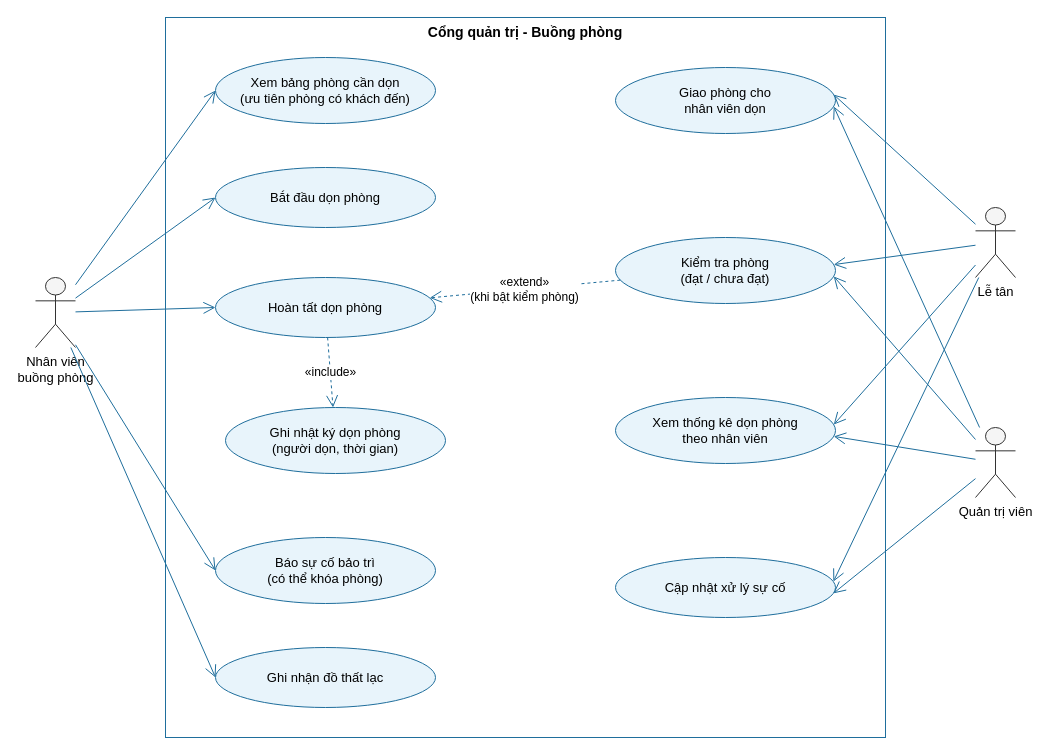
Above: docs/use-case/uc6-don-kiem-phong.drawio in ngynquchn2511/beach-hotel (draw.io), before the change. Source tidied: cells renumbered, new cells numbered last; positions are measured from the earlier drawing's top-left corner, leaving out a move shared by most shapes. Both pictures are drawn from the tidied source at 100%, with x=0, y=0 at pixel (35, 17).
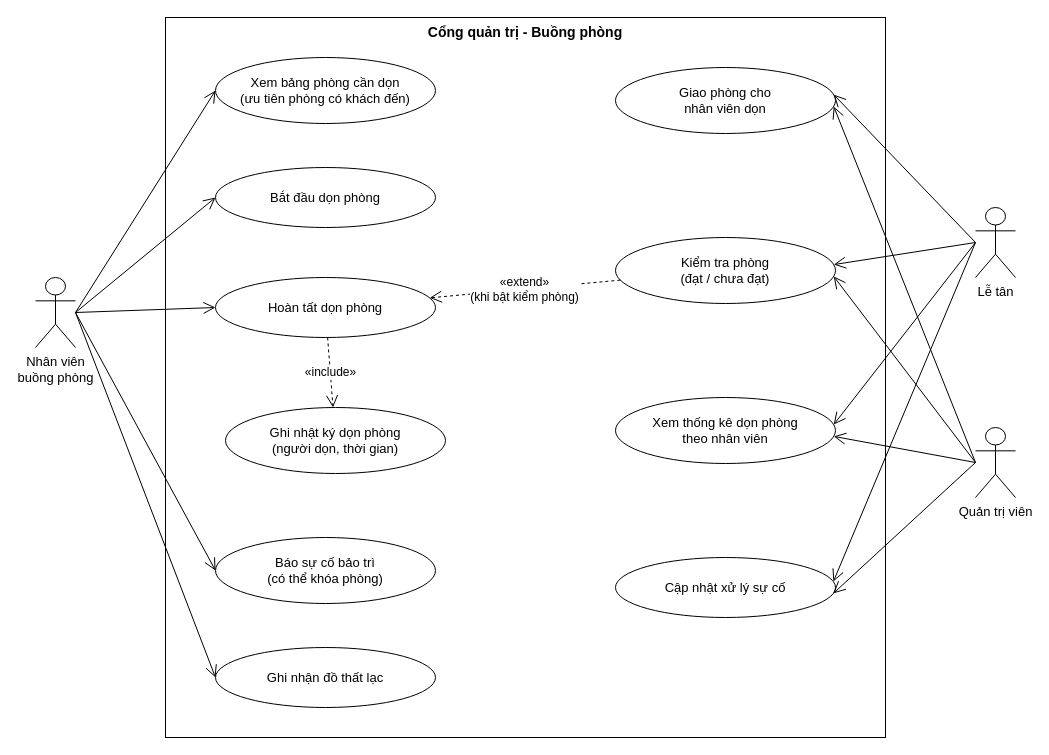
The same diagram, later.

The edit, as a diff of the source:
```diff
@@
-    <mxCell id="2" value="Cổng quản trị - Buồng phòng" style="rounded=0;whiteSpace=wrap;html=1;verticalAlign=top;fontStyle=1;fontSize=14;fillColor=none;strokeColor=#1F6E9C;" parent="1" vertex="1">
+    <mxCell id="2" value="Cổng quản trị - Buồng phòng" style="rounded=0;whiteSpace=wrap;html=1;verticalAlign=top;fontStyle=1;fontSize=14;fillColor=none;strokeColor=#000000;" parent="1" vertex="1">
       <mxGeometry x="130" width="720" height="720" as="geometry" />
     </mxCell>
-    <mxCell id="3" value="Nhân viên&lt;br&gt;buồng phòng" style="shape=umlActor;verticalLabelPosition=bottom;verticalAlign=top;html=1;outlineConnect=0;fillColor=#F5F5F5;strokeColor=#333333;fontSize=13;" parent="1" vertex="1">
+    <mxCell id="3" value="Nhân viên&lt;br&gt;buồng phòng" style="shape=umlActor;verticalLabelPosition=bottom;verticalAlign=top;html=1;outlineConnect=0;fillColor=#FFFFFF;strokeColor=#000000;fontSize=13;" parent="1" vertex="1">
       <mxGeometry y="260" width="40" height="70" as="geometry" />
     </mxCell>
-    <mxCell id="4" value="Lễ tân" style="shape=umlActor;verticalLabelPosition=bottom;verticalAlign=top;html=1;outlineConnect=0;fillColor=#F5F5F5;strokeColor=#333333;fontSize=13;" parent="1" vertex="1">
+    <mxCell id="4" value="Lễ tân" style="shape=umlActor;verticalLabelPosition=bottom;verticalAlign=top;html=1;outlineConnect=0;fillColor=#FFFFFF;strokeColor=#000000;fontSize=13;" parent="1" vertex="1">
       <mxGeometry x="940" y="190" width="40" height="70" as="geometry" />
     </mxCell>
-    <mxCell id="5" value="Quản trị viên" style="shape=umlActor;verticalLabelPosition=bottom;verticalAlign=top;html=1;outlineConnect=0;fillColor=#F5F5F5;strokeColor=#333333;fontSize=13;" parent="1" vertex="1">
+    <mxCell id="5" value="Quản trị viên" style="shape=umlActor;verticalLabelPosition=bottom;verticalAlign=top;html=1;outlineConnect=0;fillColor=#FFFFFF;strokeColor=#000000;fontSize=13;" parent="1" vertex="1">
       <mxGeometry x="940" y="410" width="40" height="70" as="geometry" />
     </mxCell>
-    <mxCell id="6" value="Xem bảng phòng cần dọn&lt;br&gt;(ưu tiên phòng có khách đến)" style="ellipse;whiteSpace=wrap;html=1;fillColor=#E8F4FB;strokeColor=#1F6E9C;fontSize=13;" parent="1" vertex="1">
+    <mxCell id="6" value="Xem bảng phòng cần dọn&lt;br&gt;(ưu tiên phòng có khách đến)" style="ellipse;whiteSpace=wrap;html=1;fillColor=#FFFFFF;strokeColor=#000000;fontSize=13;" parent="1" vertex="1">
       <mxGeometry x="180" y="40" width="220" height="66" as="geometry" />
     </mxCell>
-    <mxCell id="7" value="Bắt đầu dọn phòng" style="ellipse;whiteSpace=wrap;html=1;fillColor=#E8F4FB;strokeColor=#1F6E9C;fontSize=13;" parent="1" vertex="1">
+    <mxCell id="7" value="Bắt đầu dọn phòng" style="ellipse;whiteSpace=wrap;html=1;fillColor=#FFFFFF;strokeColor=#000000;fontSize=13;" parent="1" vertex="1">
       <mxGeometry x="180" y="150" width="220" height="60" as="geometry" />
     </mxCell>
-    <mxCell id="8" value="Hoàn tất dọn phòng" style="ellipse;whiteSpace=wrap;html=1;fillColor=#E8F4FB;strokeColor=#1F6E9C;fontSize=13;" parent="1" vertex="1">
+    <mxCell id="8" value="Hoàn tất dọn phòng" style="ellipse;whiteSpace=wrap;html=1;fillColor=#FFFFFF;strokeColor=#000000;fontSize=13;" parent="1" vertex="1">
       <mxGeometry x="180" y="260" width="220" height="60" as="geometry" />
     </mxCell>
-    <mxCell id="9" value="Ghi nhật ký dọn phòng&lt;br&gt;(người dọn, thời gian)" style="ellipse;whiteSpace=wrap;html=1;fillColor=#E8F4FB;strokeColor=#1F6E9C;fontSize=13;" parent="1" vertex="1">
+    <mxCell id="9" value="Ghi nhật ký dọn phòng&lt;br&gt;(người dọn, thời gian)" style="ellipse;whiteSpace=wrap;html=1;fillColor=#FFFFFF;strokeColor=#000000;fontSize=13;" parent="1" vertex="1">
       <mxGeometry x="190" y="390" width="220" height="66" as="geometry" />
     </mxCell>
-    <mxCell id="10" value="Báo sự cố bảo trì&lt;br&gt;(có thể khóa phòng)" style="ellipse;whiteSpace=wrap;html=1;fillColor=#E8F4FB;strokeColor=#1F6E9C;fontSize=13;" parent="1" vertex="1">
+    <mxCell id="10" value="Báo sự cố bảo trì&lt;br&gt;(có thể khóa phòng)" style="ellipse;whiteSpace=wrap;html=1;fillColor=#FFFFFF;strokeColor=#000000;fontSize=13;" parent="1" vertex="1">
       <mxGeometry x="180" y="520" width="220" height="66" as="geometry" />
     </mxCell>
-    <mxCell id="11" value="Ghi nhận đồ thất lạc" style="ellipse;whiteSpace=wrap;html=1;fillColor=#E8F4FB;strokeColor=#1F6E9C;fontSize=13;" parent="1" vertex="1">
+    <mxCell id="11" value="Ghi nhận đồ thất lạc" style="ellipse;whiteSpace=wrap;html=1;fillColor=#FFFFFF;strokeColor=#000000;fontSize=13;" parent="1" vertex="1">
       <mxGeometry x="180" y="630" width="220" height="60" as="geometry" />
     </mxCell>
-    <mxCell id="12" value="Giao phòng cho&lt;br&gt;nhân viên dọn" style="ellipse;whiteSpace=wrap;html=1;fillColor=#E8F4FB;strokeColor=#1F6E9C;fontSize=13;" parent="1" vertex="1">
+    <mxCell id="12" value="Giao phòng cho&lt;br&gt;nhân viên dọn" style="ellipse;whiteSpace=wrap;html=1;fillColor=#FFFFFF;strokeColor=#000000;fontSize=13;" parent="1" vertex="1">
       <mxGeometry x="580" y="50" width="220" height="66" as="geometry" />
     </mxCell>
-    <mxCell id="13" value="Kiểm tra phòng&lt;br&gt;(đạt / chưa đạt)" style="ellipse;whiteSpace=wrap;html=1;fillColor=#E8F4FB;strokeColor=#1F6E9C;fontSize=13;" parent="1" vertex="1">
+    <mxCell id="13" value="Kiểm tra phòng&lt;br&gt;(đạt / chưa đạt)" style="ellipse;whiteSpace=wrap;html=1;fillColor=#FFFFFF;strokeColor=#000000;fontSize=13;" parent="1" vertex="1">
       <mxGeometry x="580" y="220" width="220" height="66" as="geometry" />
     </mxCell>
-    <mxCell id="14" value="Xem thống kê dọn phòng&lt;br&gt;theo nhân viên" style="ellipse;whiteSpace=wrap;html=1;fillColor=#E8F4FB;strokeColor=#1F6E9C;fontSize=13;" parent="1" vertex="1">
+    <mxCell id="14" value="Xem thống kê dọn phòng&lt;br&gt;theo nhân viên" style="ellipse;whiteSpace=wrap;html=1;fillColor=#FFFFFF;strokeColor=#000000;fontSize=13;" parent="1" vertex="1">
       <mxGeometry x="580" y="380" width="220" height="66" as="geometry" />
     </mxCell>
-    <mxCell id="15" value="Cập nhật xử lý sự cố" style="ellipse;whiteSpace=wrap;html=1;fillColor=#E8F4FB;strokeColor=#1F6E9C;fontSize=13;" parent="1" vertex="1">
+    <mxCell id="15" value="Cập nhật xử lý sự cố" style="ellipse;whiteSpace=wrap;html=1;fillColor=#FFFFFF;strokeColor=#000000;fontSize=13;" parent="1" vertex="1">
       <mxGeometry x="580" y="540" width="220" height="60" as="geometry" />
     </mxCell>
-    <mxCell id="16" style="endArrow=open;endSize=10;html=1;strokeColor=#1F6E9C;entryX=0;entryY=0.5;entryDx=0;entryDy=0;" parent="1" edge="1" source="3" target="6">
+    <mxCell id="16" style="endArrow=open;endSize=10;html=1;strokeColor=#000000;entryX=0;entryY=0.5;entryDx=0;entryDy=0;exitX=1;exitY=0.5;exitPerimeter=0;" parent="1" edge="1" source="3" target="6">
       <mxGeometry relative="1" as="geometry" />
     </mxCell>
-    <mxCell id="17" style="endArrow=open;endSize=10;html=1;strokeColor=#1F6E9C;entryX=0;entryY=0.5;entryDx=0;entryDy=0;" parent="1" edge="1" source="3" target="7">
+    <mxCell id="17" style="endArrow=open;endSize=10;html=1;strokeColor=#000000;entryX=0;entryY=0.5;entryDx=0;entryDy=0;exitX=1;exitY=0.5;exitPerimeter=0;" parent="1" edge="1" source="3" target="7">
       <mxGeometry relative="1" as="geometry" />
     </mxCell>
-    <mxCell id="18" style="endArrow=open;endSize=10;html=1;strokeColor=#1F6E9C;entryX=0;entryY=0.5;entryDx=0;entryDy=0;" parent="1" edge="1" source="3" target="8">
+    <mxCell id="18" style="endArrow=open;endSize=10;html=1;strokeColor=#000000;entryX=0;entryY=0.5;entryDx=0;entryDy=0;exitX=1;exitY=0.5;exitPerimeter=0;" parent="1" edge="1" source="3" target="8">
       <mxGeometry relative="1" as="geometry" />
     </mxCell>
-    <mxCell id="19" style="endArrow=open;endSize=10;html=1;strokeColor=#1F6E9C;entryX=0;entryY=0.5;entryDx=0;entryDy=0;" parent="1" edge="1" source="3" target="10">
+    <mxCell id="19" style="endArrow=open;endSize=10;html=1;strokeColor=#000000;entryX=0;entryY=0.5;entryDx=0;entryDy=0;exitX=1;exitY=0.5;exitPerimeter=0;" parent="1" edge="1" source="3" target="10">
       <mxGeometry relative="1" as="geometry" />
     </mxCell>
-    <mxCell id="20" style="endArrow=open;endSize=10;html=1;strokeColor=#1F6E9C;entryX=0;entryY=0.5;entryDx=0;entryDy=0;" parent="1" edge="1" source="3" target="11">
+    <mxCell id="20" style="endArrow=open;endSize=10;html=1;strokeColor=#000000;entryX=0;entryY=0.5;entryDx=0;entryDy=0;exitX=1;exitY=0.5;exitPerimeter=0;" parent="1" edge="1" source="3" target="11">
       <mxGeometry relative="1" as="geometry" />
     </mxCell>
-    <mxCell id="21" style="endArrow=open;endSize=10;html=1;strokeColor=#1F6E9C;entryX=1;entryY=0.4;entryDx=0;entryDy=0;" parent="1" edge="1" source="4" target="12">
+    <mxCell id="21" style="endArrow=open;endSize=10;html=1;strokeColor=#000000;entryX=1;entryY=0.4;entryDx=0;entryDy=0;exitX=0;exitY=0.5;exitPerimeter=0;" parent="1" edge="1" source="4" target="12">
       <mxGeometry relative="1" as="geometry" />
     </mxCell>
-    <mxCell id="22" style="endArrow=open;endSize=10;html=1;strokeColor=#1F6E9C;entryX=1;entryY=0.6;entryDx=0;entryDy=0;" parent="1" edge="1" source="5" target="12">
+    <mxCell id="22" style="endArrow=open;endSize=10;html=1;strokeColor=#000000;entryX=1;entryY=0.6;entryDx=0;entryDy=0;exitX=0;exitY=0.5;exitPerimeter=0;" parent="1" edge="1" source="5" target="12">
       <mxGeometry relative="1" as="geometry" />
     </mxCell>
-    <mxCell id="23" style="endArrow=open;endSize=10;html=1;strokeColor=#1F6E9C;entryX=1;entryY=0.4;entryDx=0;entryDy=0;" parent="1" edge="1" source="4" target="13">
+    <mxCell id="23" style="endArrow=open;endSize=10;html=1;strokeColor=#000000;entryX=1;entryY=0.4;entryDx=0;entryDy=0;exitX=0;exitY=0.5;exitPerimeter=0;" parent="1" edge="1" source="4" target="13">
       <mxGeometry relative="1" as="geometry" />
     </mxCell>
-    <mxCell id="24" style="endArrow=open;endSize=10;html=1;strokeColor=#1F6E9C;entryX=1;entryY=0.6;entryDx=0;entryDy=0;" parent="1" edge="1" source="5" target="13">
+    <mxCell id="24" style="endArrow=open;endSize=10;html=1;strokeColor=#000000;entryX=1;entryY=0.6;entryDx=0;entryDy=0;exitX=0;exitY=0.5;exitPerimeter=0;" parent="1" edge="1" source="5" target="13">
       <mxGeometry relative="1" as="geometry" />
     </mxCell>
-    <mxCell id="25" style="endArrow=open;endSize=10;html=1;strokeColor=#1F6E9C;entryX=1;entryY=0.4;entryDx=0;entryDy=0;" parent="1" edge="1" source="4" target="14">
+    <mxCell id="25" style="endArrow=open;endSize=10;html=1;strokeColor=#000000;entryX=1;entryY=0.4;entryDx=0;entryDy=0;exitX=0;exitY=0.5;exitPerimeter=0;" parent="1" edge="1" source="4" target="14">
       <mxGeometry relative="1" as="geometry" />
     </mxCell>
-    <mxCell id="26" style="endArrow=open;endSize=10;html=1;strokeColor=#1F6E9C;entryX=1;entryY=0.6;entryDx=0;entryDy=0;" parent="1" edge="1" source="5" target="14">
+    <mxCell id="26" style="endArrow=open;endSize=10;html=1;strokeColor=#000000;entryX=1;entryY=0.6;entryDx=0;entryDy=0;exitX=0;exitY=0.5;exitPerimeter=0;" parent="1" edge="1" source="5" target="14">
       <mxGeometry relative="1" as="geometry" />
     </mxCell>
-    <mxCell id="27" style="endArrow=open;endSize=10;html=1;strokeColor=#1F6E9C;entryX=1;entryY=0.4;entryDx=0;entryDy=0;" parent="1" edge="1" source="4" target="15">
+    <mxCell id="27" style="endArrow=open;endSize=10;html=1;strokeColor=#000000;entryX=1;entryY=0.4;entryDx=0;entryDy=0;exitX=0;exitY=0.5;exitPerimeter=0;" parent="1" edge="1" source="4" target="15">
       <mxGeometry relative="1" as="geometry" />
     </mxCell>
-    <mxCell id="28" style="endArrow=open;endSize=10;html=1;strokeColor=#1F6E9C;entryX=1;entryY=0.6;entryDx=0;entryDy=0;" parent="1" edge="1" source="5" target="15">
+    <mxCell id="28" style="endArrow=open;endSize=10;html=1;strokeColor=#000000;entryX=1;entryY=0.6;entryDx=0;entryDy=0;exitX=0;exitY=0.5;exitPerimeter=0;" parent="1" edge="1" source="5" target="15">
       <mxGeometry relative="1" as="geometry" />
     </mxCell>
-    <mxCell id="29" value="«include»" style="endArrow=open;endSize=10;dashed=1;html=1;strokeColor=#1F6E9C;fontSize=12;labelBackgroundColor=#FFFFFF;" parent="1" edge="1" source="8" target="9">
+    <mxCell id="29" value="«include»" style="endArrow=open;endSize=10;dashed=1;html=1;strokeColor=#000000;fontSize=12;labelBackgroundColor=#FFFFFF;" parent="1" edge="1" source="8" target="9">
       <mxGeometry relative="1" as="geometry" />
     </mxCell>
-    <mxCell id="30" value="«extend»&lt;br&gt;(khi bật kiểm phòng)" style="endArrow=open;endSize=10;dashed=1;html=1;strokeColor=#1F6E9C;fontSize=12;labelBackgroundColor=#FFFFFF;" parent="1" edge="1" source="13" target="8">
+    <mxCell id="30" value="«extend»&lt;br&gt;(khi bật kiểm phòng)" style="endArrow=open;endSize=10;dashed=1;html=1;strokeColor=#000000;fontSize=12;labelBackgroundColor=#FFFFFF;" parent="1" edge="1" source="13" target="8">
       <mxGeometry relative="1" as="geometry" />
     </mxCell>
```
